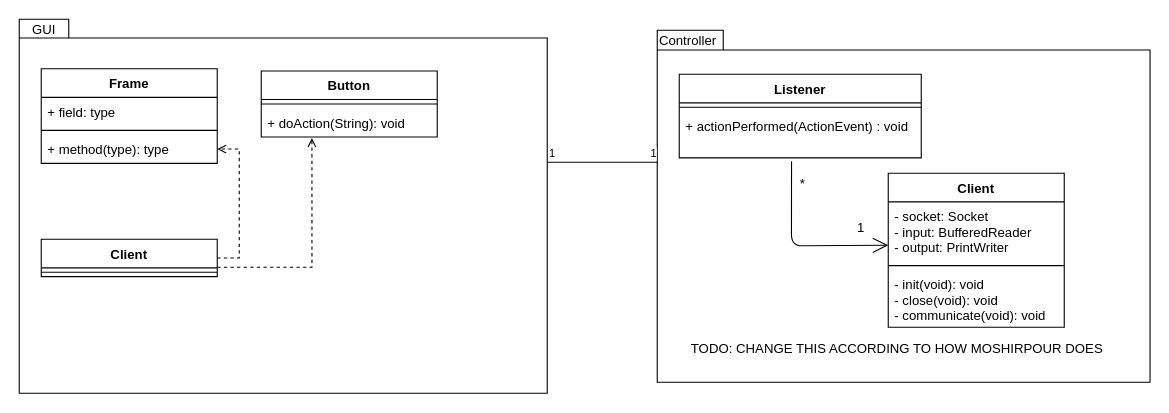
This is UML/ToolShop Frontend.drawio from JeremyOlea/Java-ToolShop-Project, a draw.io file, before an edit. Source tidied: cells renumbered, new cells numbered last; positions are measured from the earlier drawing's top-left corner, leaving out a move shared by most shapes. Both pictures are drawn from the tidied source at 110%, with x=0, y=0 at pixel (19, 19).
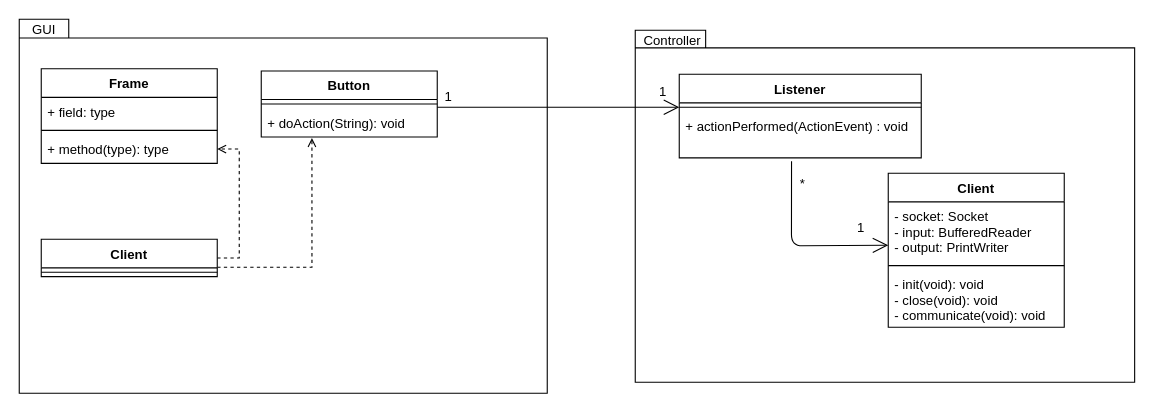
Above is the later version.

The change refers to these unchanged cells:
```xml
<mxCell id="11" value="+ actionPerformed(ActionEvent) : void" style="text;strokeColor=none;fillColor=none;align=left;verticalAlign=top;spacingLeft=4;spacingRight=4;overflow=hidden;points=[[0,0.5],[1,0.5]];portConstraint=eastwest;" parent="9" vertex="1">
  <mxGeometry y="34" width="220" height="42" as="geometry" />
</mxCell>
```

The edit, as a diff of the source:
```diff
@@
-    <mxCell id="4" style="shape=folder;fontStyle=1;spacingTop=10;tabWidth=60;tabHeight=18;tabPosition=left;html=1;" parent="1" vertex="1">
-      <mxGeometry x="580" y="10" width="448" height="320" as="geometry" />
+    <mxCell id="4" style="shape=folder;fontStyle=1;spacingTop=10;tabWidth=64;tabHeight=16;tabPosition=left;html=1;" parent="1" vertex="1">
+      <mxGeometry x="560" y="10" width="454" height="320" as="geometry" />
     </mxCell>
     <mxCell id="5" value="Controller" style="text;html=1;align=left;verticalAlign=top;spacingTop=-4;" parent="1" vertex="1">
-      <mxGeometry x="580" y="10" width="70" height="20" as="geometry" />
+      <mxGeometry x="566" y="10" width="70" height="20" as="geometry" />
     </mxCell>
-    <mxCell id="6" style="endArrow=none;html=1;edgeStyle=orthogonalEdgeStyle;" parent="1" edge="1">
-      <mxGeometry relative="1" as="geometry">
-        <mxPoint x="480" y="130" as="sourcePoint" />
-        <mxPoint x="580" y="130" as="targetPoint" />
-      </mxGeometry>
-    </mxCell>
-    <mxCell id="7" value="1" style="html=1;align=left;verticalAlign=bottom;labelBackgroundColor=#ffffff;fontSize=10;" parent="6" vertex="1">
-      <mxGeometry x="-1" relative="1" as="geometry" />
-    </mxCell>
-    <mxCell id="8" value="1" style="html=1;align=right;verticalAlign=bottom;labelBackgroundColor=#ffffff;fontSize=10;" parent="6" vertex="1">
-      <mxGeometry x="1" relative="1" as="geometry" />
-    </mxCell>
@@
-    <mxCell id="19" value="TODO: CHANGE THIS ACCORDING TO HOW MOSHIRPOUR DOES" style="text;html=1;align=left;verticalAlign=top;spacingTop=-4;" parent="1" vertex="1">
-      <mxGeometry x="609" y="290" width="390" height="20" as="geometry" />
-    </mxCell>
@@
+    <mxCell id="31" style="endArrow=open;endFill=1;endSize=12;html=1;entryX=0;entryY=-0.095;entryDx=0;entryDy=0;entryPerimeter=0;" parent="1" edge="1" target="11">
+      <mxGeometry relative="1" as="geometry">
+        <mxPoint x="380" y="80" as="sourcePoint" />
+      </mxGeometry>
+    </mxCell>
+    <mxCell id="32" value="1" style="text;html=1;align=left;verticalAlign=top;spacingTop=-4;" parent="1" vertex="1">
+      <mxGeometry x="385" y="61" width="20" height="20" as="geometry" />
+    </mxCell>
+    <mxCell id="33" value="1" style="text;html=1;align=left;verticalAlign=top;spacingTop=-4;" parent="1" vertex="1">
+      <mxGeometry x="580" y="56" width="20" height="20" as="geometry" />
+    </mxCell>
```
